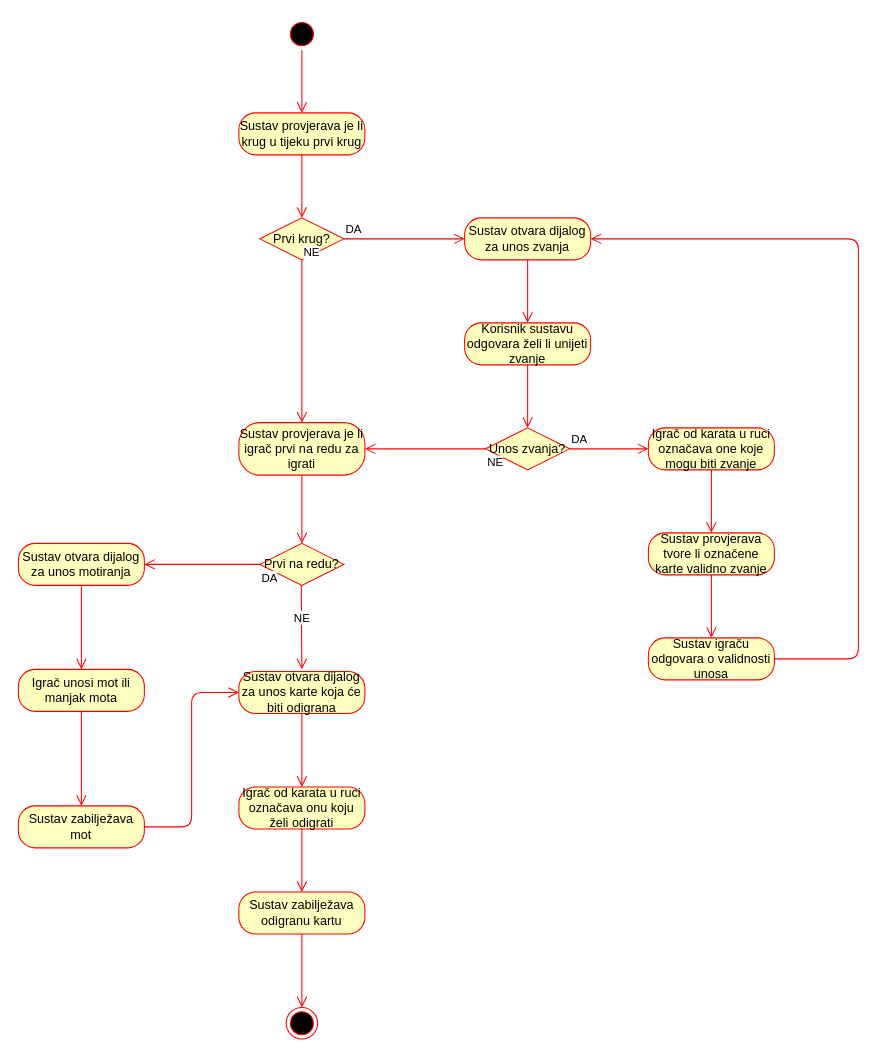
The draw.io diagram page "Activity: Igranje karte sljedećeg igrača" (6 of 11) of Dijagram.drawio in TheRealJoci/Tressette-Terminal-Card-Game, before the edit. Source tidied: cells renumbered, new cells numbered last; positions are measured from the earlier drawing's top-left corner, leaving out a move shared by most shapes. Both pictures are drawn from the tidied source at 105%, with x=0, y=0 at pixel (18, 18).
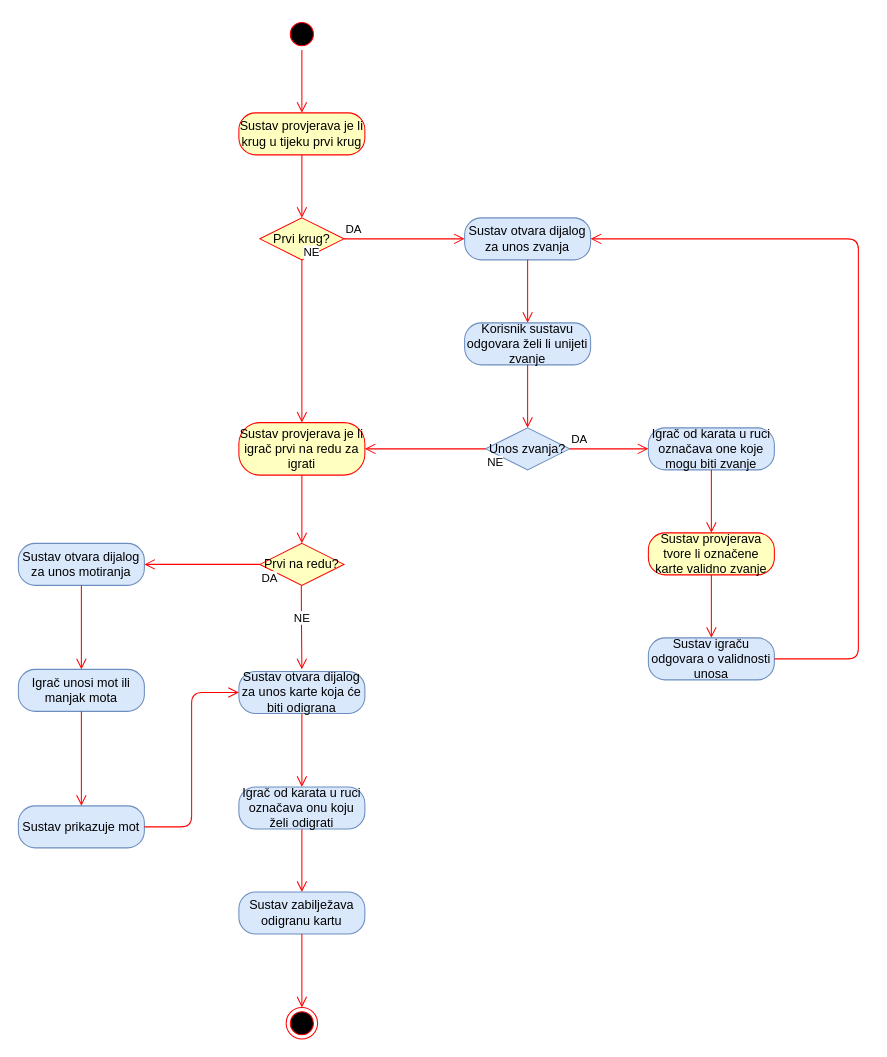
Above is the later version.

The edit, as a diff of the source:
```diff
@@
-    <mxCell id="9" value="Sustav otvara dijalog za unos zvanja" style="rounded=1;whiteSpace=wrap;html=1;arcSize=40;fontColor=#000000;fillColor=#ffffc0;strokeColor=#ff0000;" parent="1" vertex="1">
+    <mxCell id="9" value="Sustav otvara dijalog za unos zvanja" style="rounded=1;whiteSpace=wrap;html=1;arcSize=40;fillColor=#dae8fc;strokeColor=#6c8ebf;" parent="1" vertex="1">
       <mxGeometry x="425" y="190" width="120" height="40" as="geometry" />
     </mxCell>
@@
-    <mxCell id="11" value="Igrač od karata u ruci označava one koje mogu biti zvanje" style="rounded=1;whiteSpace=wrap;html=1;arcSize=40;fontColor=#000000;fillColor=#ffffc0;strokeColor=#ff0000;" parent="1" vertex="1">
+    <mxCell id="11" value="Igrač od karata u ruci označava one koje mogu biti zvanje" style="rounded=1;whiteSpace=wrap;html=1;arcSize=40;fillColor=#dae8fc;strokeColor=#6c8ebf;" parent="1" vertex="1">
       <mxGeometry x="600" y="390" width="120" height="40" as="geometry" />
     </mxCell>
@@
-    <mxCell id="15" value="Sustav igraču odgovara o validnosti unosa" style="rounded=1;whiteSpace=wrap;html=1;arcSize=40;fontColor=#000000;fillColor=#ffffc0;strokeColor=#ff0000;" parent="1" vertex="1">
+    <mxCell id="15" value="Sustav igraču odgovara o validnosti unosa" style="rounded=1;whiteSpace=wrap;html=1;arcSize=40;fillColor=#dae8fc;strokeColor=#6c8ebf;" parent="1" vertex="1">
       <mxGeometry x="600" y="590" width="120" height="40" as="geometry" />
     </mxCell>
@@
-    <mxCell id="17" value="Korisnik sustavu odgovara želi li unijeti zvanje" style="rounded=1;whiteSpace=wrap;html=1;arcSize=40;fontColor=#000000;fillColor=#ffffc0;strokeColor=#ff0000;" parent="1" vertex="1">
+    <mxCell id="17" value="Korisnik sustavu odgovara želi li unijeti zvanje" style="rounded=1;whiteSpace=wrap;html=1;arcSize=40;fillColor=#dae8fc;strokeColor=#6c8ebf;" parent="1" vertex="1">
       <mxGeometry x="425" y="290" width="120" height="40" as="geometry" />
     </mxCell>
@@
-    <mxCell id="19" value="Unos zvanja?" style="rhombus;whiteSpace=wrap;html=1;fillColor=#ffffc0;strokeColor=#ff0000;" parent="1" vertex="1">
+    <mxCell id="19" value="Unos zvanja?" style="rhombus;whiteSpace=wrap;html=1;fillColor=#dae8fc;strokeColor=#6c8ebf;" parent="1" vertex="1">
       <mxGeometry x="445" y="390" width="80" height="40" as="geometry" />
     </mxCell>
@@
-    <mxCell id="22" value="Sustav otvara dijalog za unos karte koja će biti odigrana" style="rounded=1;whiteSpace=wrap;html=1;arcSize=40;fontColor=#000000;fillColor=#ffffc0;strokeColor=#ff0000;" parent="1" vertex="1">
+    <mxCell id="22" value="Sustav otvara dijalog za unos karte koja će biti odigrana" style="rounded=1;whiteSpace=wrap;html=1;arcSize=40;fillColor=#dae8fc;strokeColor=#6c8ebf;" parent="1" vertex="1">
       <mxGeometry x="210" y="622" width="120" height="40" as="geometry" />
     </mxCell>
@@
-    <mxCell id="25" value="Igrač od karata u ruci označava onu koju želi odigrati" style="rounded=1;whiteSpace=wrap;html=1;arcSize=40;fontColor=#000000;fillColor=#ffffc0;strokeColor=#ff0000;" parent="1" vertex="1">
+    <mxCell id="25" value="Igrač od karata u ruci označava onu koju želi odigrati" style="rounded=1;whiteSpace=wrap;html=1;arcSize=40;fillColor=#dae8fc;strokeColor=#6c8ebf;" parent="1" vertex="1">
       <mxGeometry x="210" y="732" width="120" height="40" as="geometry" />
     </mxCell>
-    <mxCell id="26" value="Sustav zabilježava odigranu kartu" style="rounded=1;whiteSpace=wrap;html=1;arcSize=40;fontColor=#000000;fillColor=#ffffc0;strokeColor=#ff0000;" parent="1" vertex="1">
+    <mxCell id="26" value="Sustav zabilježava odigranu kartu" style="rounded=1;whiteSpace=wrap;html=1;arcSize=40;fillColor=#dae8fc;strokeColor=#6c8ebf;" parent="1" vertex="1">
       <mxGeometry x="210" y="832" width="120" height="40" as="geometry" />
     </mxCell>
@@
-    <mxCell id="33" value="Sustav otvara dijalog za unos motiranja" style="rounded=1;whiteSpace=wrap;html=1;arcSize=40;fontColor=#000000;fillColor=#ffffc0;strokeColor=#ff0000;" parent="1" vertex="1">
+    <mxCell id="33" value="Sustav otvara dijalog za unos motiranja" style="rounded=1;whiteSpace=wrap;html=1;arcSize=40;fillColor=#dae8fc;strokeColor=#6c8ebf;" parent="1" vertex="1">
       <mxGeometry y="500" width="120" height="40" as="geometry" />
     </mxCell>
@@
-    <mxCell id="36" value="Igrač unosi mot ili manjak mota" style="rounded=1;whiteSpace=wrap;html=1;arcSize=40;fontColor=#000000;fillColor=#ffffc0;strokeColor=#ff0000;" parent="1" vertex="1">
+    <mxCell id="36" value="Igrač unosi mot ili manjak mota" style="rounded=1;whiteSpace=wrap;html=1;arcSize=40;fillColor=#dae8fc;strokeColor=#6c8ebf;" parent="1" vertex="1">
       <mxGeometry y="620" width="120" height="40" as="geometry" />
     </mxCell>
-    <mxCell id="37" value="Sustav zabilježava mot" style="rounded=1;whiteSpace=wrap;html=1;arcSize=40;fontColor=#000000;fillColor=#ffffc0;strokeColor=#ff0000;" parent="1" vertex="1">
+    <mxCell id="37" value="Sustav prikazuje mot" style="rounded=1;whiteSpace=wrap;html=1;arcSize=40;fillColor=#dae8fc;strokeColor=#6c8ebf;" parent="1" vertex="1">
       <mxGeometry y="750" width="120" height="40" as="geometry" />
     </mxCell>
```
